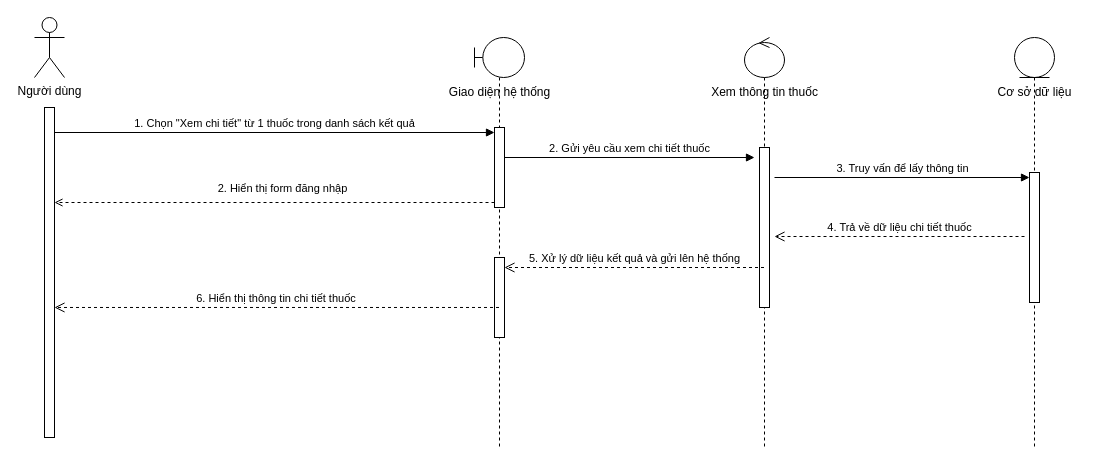
The draw.io diagram page "SD007" (7 of 14) of Diagram/Sequence Diagram.drawio in TAKhoi1506/DrugRecommendation, before the edit. Source tidied: cells renumbered, new cells numbered last; positions are measured from the earlier drawing's top-left corner, leaving out a move shared by most shapes. Both pictures are drawn from the tidied source at 100%, with x=0, y=0 at pixel (34, 17).
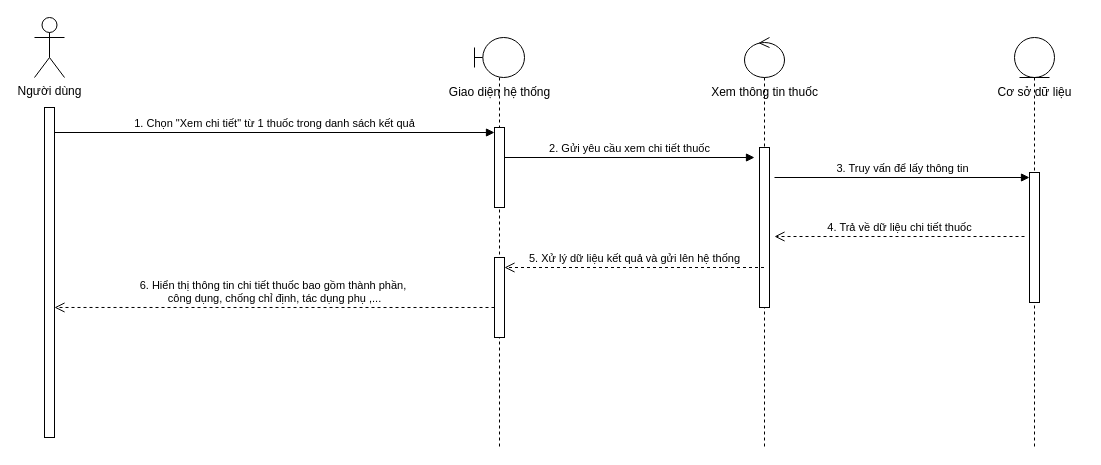
After the change.

Unchanged cells that the change refers to:
```xml
<mxCell id="2" style="shape=umlLifeline;perimeter=lifelinePerimeter;whiteSpace=wrap;html=1;outlineConnect=0;portConstraint=eastwest;newEdgeStyle={&quot;curved&quot;:0,&quot;rounded&quot;:0};participant=umlBoundary;" parent="1" vertex="1">
  <mxGeometry x="440" y="20" width="50" height="410" as="geometry" />
</mxCell>
<mxCell id="3" style="html=1;points=[[0,0,0,0,5],[0,1,0,0,-5],[1,0,0,0,5],[1,1,0,0,-5]];perimeter=orthogonalPerimeter;outlineConnect=0;targetShapes=umlLifeline;portConstraint=eastwest;newEdgeStyle={&quot;curved&quot;:0,&quot;rounded&quot;:0};" parent="2" vertex="1">
  <mxGeometry x="20" y="90" width="10" height="80" as="geometry" />
</mxCell>
<mxCell id="10" style="html=1;points=[[0,0,0,0,5],[0,1,0,0,-5],[1,0,0,0,5],[1,1,0,0,-5]];perimeter=orthogonalPerimeter;outlineConnect=0;targetShapes=umlLifeline;portConstraint=eastwest;newEdgeStyle={&quot;curved&quot;:0,&quot;rounded&quot;:0};" parent="1" vertex="1">
  <mxGeometry x="10" y="90" width="10" height="330" as="geometry" />
</mxCell>
```

Change to the diagram source:
```diff
@@
-    <mxCell id="15" style="rounded=0;jettySize=auto;html=1;exitX=0;exitY=1;exitDx=0;exitDy=-5;exitPerimeter=0;dashed=1;endArrow=open;endFill=0;" parent="1" edge="1" source="3" target="10">
-      <mxGeometry relative="1" as="geometry" />
-    </mxCell>
-    <mxCell id="16" value="2. Hiển thị form đăng nhập" style="edgeLabel;html=1;align=center;verticalAlign=middle;" parent="15" vertex="1">
-      <mxGeometry x="-0.03" y="-3" relative="1" as="geometry">
-        <mxPoint y="-12" as="offset" />
-      </mxGeometry>
-    </mxCell>
@@
-    <mxCell id="21" value="6. Hiển thị thông tin chi tiết thuốc&amp;nbsp;" style="html=1;verticalAlign=bottom;endArrow=open;dashed=1;endSize=8;curved=0;rounded=0;entryX=1;entryY=0.606;entryDx=0;entryDy=0;entryPerimeter=0;" parent="1" edge="1" source="2" target="10">
-      <mxGeometry relative="1" as="geometry" />
+    <mxCell id="21" value="6. Hiển thị thông tin chi tiết thuốc bao gồm thành phần,&amp;nbsp;&lt;div&gt;công dụng, chống chỉ định, tác dụng phụ ,...&lt;/div&gt;" style="html=1;verticalAlign=bottom;endArrow=open;dashed=1;endSize=8;curved=0;rounded=0;entryX=1;entryY=0.606;entryDx=0;entryDy=0;entryPerimeter=0;" parent="1" edge="1" target="10">
+      <mxGeometry relative="1" as="geometry">
+        <mxPoint x="460" y="290" as="sourcePoint" />
+      </mxGeometry>
     </mxCell>
```
